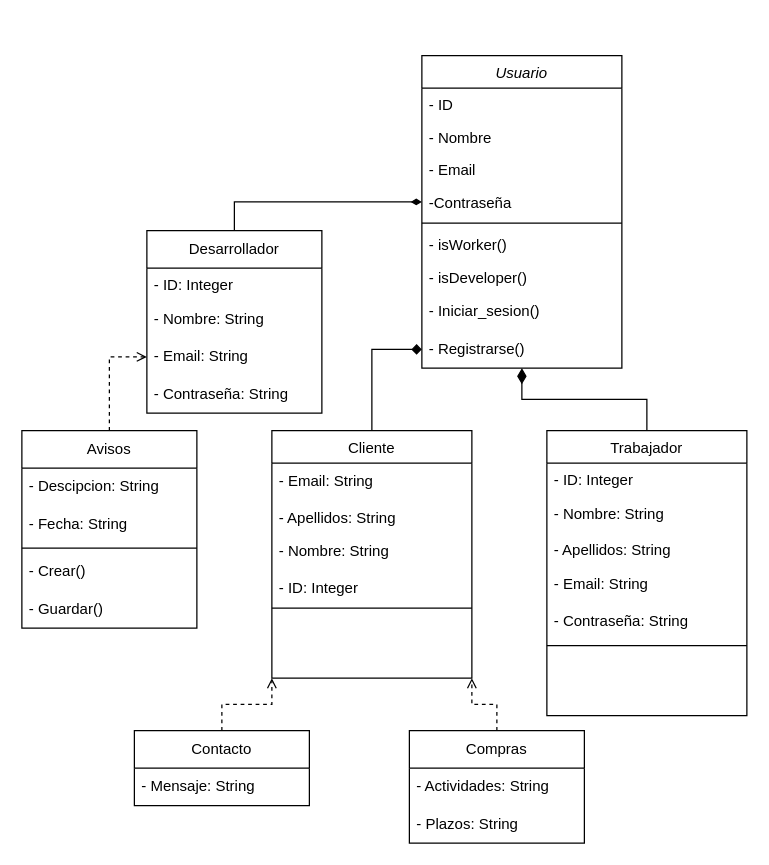
The draw.io diagram Clases.drawio in HuBaMarin/projDespliegue, before the edit. Source tidied: cells renumbered, new cells numbered last; positions are measured from the earlier drawing's top-left corner, leaving out a move shared by most shapes. Both pictures are drawn from the tidied source at 125%, with x=0, y=0 at pixel (21, 55).
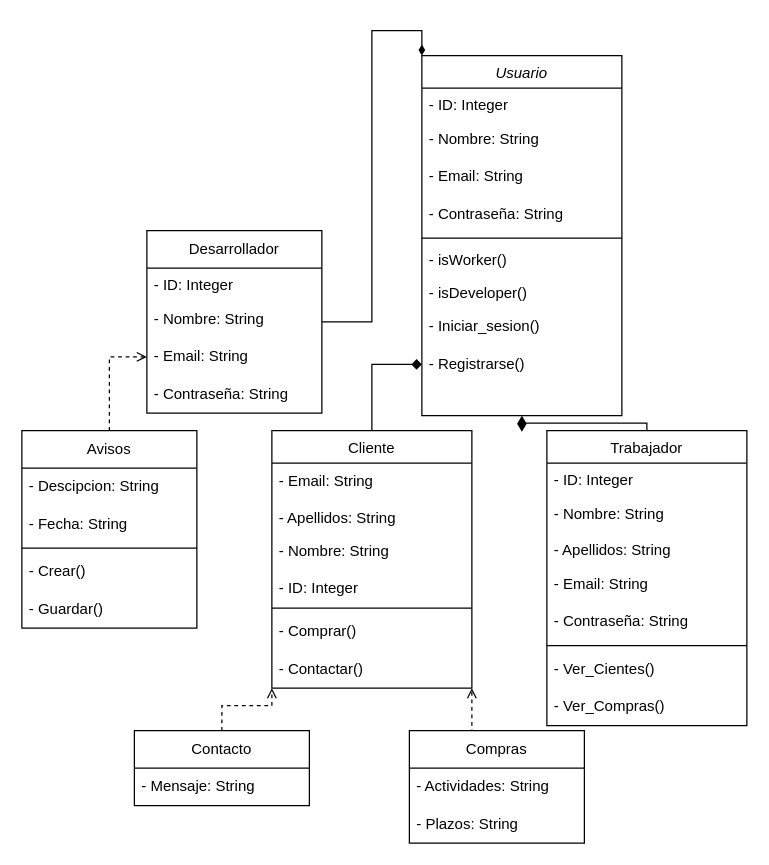
The same page after the edit.

The change refers to these unchanged cells:
```xml
<mxCell id="42" value="Desarrollador" style="swimlane;fontStyle=0;horizontal=1;startSize=30;whiteSpace=wrap;html=1;" parent="1" vertex="1">
  <mxGeometry x="100" y="140" width="140" height="146" as="geometry" />
</mxCell>
```

Change to the diagram source:
```diff
@@
     <mxCell id="2" value="Usuario" style="swimlane;fontStyle=2;align=center;verticalAlign=top;horizontal=1;startSize=26;rounded=0;shadow=0;strokeWidth=1;" parent="1" vertex="1">
-      <mxGeometry x="320" width="160" height="250" as="geometry" />
+      <mxGeometry x="320" width="160" height="288" as="geometry" />
     </mxCell>
-    <mxCell id="3" value="- ID " style="text;align=left;verticalAlign=top;spacingLeft=4;spacingRight=4;overflow=hidden;" parent="2" vertex="1">
-      <mxGeometry y="26" width="160" height="26" as="geometry" />
-    </mxCell>
-    <mxCell id="4" value="- Nombre" style="text;align=left;verticalAlign=top;spacingLeft=4;spacingRight=4;overflow=hidden;rounded=0;shadow=0;html=0;" parent="2" vertex="1">
-      <mxGeometry y="52" width="160" height="26" as="geometry" />
-    </mxCell>
-    <mxCell id="5" value="- Email" style="text;align=left;verticalAlign=top;spacingLeft=4;spacingRight=4;overflow=hidden;rounded=0;shadow=0;html=0;" parent="2" vertex="1">
-      <mxGeometry y="78" width="160" height="26" as="geometry" />
-    </mxCell>
-    <mxCell id="6" value="-Contraseña" style="text;align=left;verticalAlign=top;spacingLeft=4;spacingRight=4;overflow=hidden;points=[[0,0.5],[1,0.5]];portConstraint=eastwest;" parent="2" vertex="1">
-      <mxGeometry y="104" width="160" height="26" as="geometry" />
-    </mxCell>
+    <mxCell id="47" value="- ID: Integer" style="text;align=left;verticalAlign=top;spacingLeft=4;spacingRight=4;overflow=hidden;" parent="2" vertex="1">
+      <mxGeometry y="26" width="160" height="26" as="geometry" />
+    </mxCell>
+    <mxCell id="48" value="- Nombre: String" style="text;strokeColor=none;fillColor=none;align=left;verticalAlign=middle;spacingLeft=4;spacingRight=4;overflow=hidden;whiteSpace=wrap;html=1;" parent="2" vertex="1">
+      <mxGeometry y="52" width="160" height="30" as="geometry" />
+    </mxCell>
+    <mxCell id="49" value="- Email: String" style="text;strokeColor=none;fillColor=none;align=left;verticalAlign=middle;spacingLeft=4;spacingRight=4;overflow=hidden;whiteSpace=wrap;html=1;" parent="2" vertex="1">
+      <mxGeometry y="82" width="160" height="30" as="geometry" />
+    </mxCell>
+    <mxCell id="50" value="- Contraseña: String" style="text;strokeColor=none;fillColor=none;align=left;verticalAlign=middle;spacingLeft=4;spacingRight=4;overflow=hidden;whiteSpace=wrap;html=1;" parent="2" vertex="1">
+      <mxGeometry y="112" width="160" height="30" as="geometry" />
+    </mxCell>
     <mxCell id="7" style="line;html=1;strokeWidth=1;align=left;verticalAlign=middle;spacingTop=-1;spacingLeft=3;spacingRight=3;labelPosition=right;" parent="2" vertex="1">
-      <mxGeometry y="130" width="160" height="8" as="geometry" />
+      <mxGeometry y="142" width="160" height="8" as="geometry" />
     </mxCell>
     <mxCell id="8" value="- isWorker()" style="text;align=left;verticalAlign=top;spacingLeft=4;spacingRight=4;overflow=hidden;" parent="2" vertex="1">
-      <mxGeometry y="138" width="160" height="26" as="geometry" />
+      <mxGeometry y="150" width="160" height="26" as="geometry" />
     </mxCell>
     <mxCell id="9" value="- isDeveloper()" style="text;align=left;verticalAlign=top;spacingLeft=4;spacingRight=4;overflow=hidden;" parent="2" vertex="1">
-      <mxGeometry y="164" width="160" height="26" as="geometry" />
+      <mxGeometry y="176" width="160" height="26" as="geometry" />
     </mxCell>
     <mxCell id="10" value="- Iniciar_sesion()" style="text;strokeColor=none;fillColor=none;align=left;verticalAlign=middle;spacingLeft=4;spacingRight=4;overflow=hidden;whiteSpace=wrap;html=1;" parent="2" vertex="1">
-      <mxGeometry y="190" width="160" height="30" as="geometry" />
+      <mxGeometry y="202" width="160" height="30" as="geometry" />
     </mxCell>
     <mxCell id="11" value="- Registrarse()" style="text;strokeColor=none;fillColor=none;align=left;verticalAlign=middle;spacingLeft=4;spacingRight=4;overflow=hidden;points=[[0,0.5],[1,0.5]];portConstraint=eastwest;whiteSpace=wrap;html=1;" parent="2" vertex="1">
-      <mxGeometry y="220" width="160" height="30" as="geometry" />
+      <mxGeometry y="232" width="160" height="30" as="geometry" />
     </mxCell>
@@
     <mxCell id="13" value="Cliente" style="swimlane;fontStyle=0;align=center;verticalAlign=top;horizontal=1;startSize=26;rounded=0;shadow=0;strokeWidth=1;" parent="1" vertex="1">
-      <mxGeometry x="200" y="300" width="160" height="198" as="geometry" />
+      <mxGeometry x="200" y="300" width="160" height="206" as="geometry" />
     </mxCell>
@@
+    <mxCell id="51" value="- Comprar()" style="text;strokeColor=none;fillColor=none;align=left;verticalAlign=middle;spacingLeft=4;spacingRight=4;overflow=hidden;whiteSpace=wrap;html=1;" parent="13" vertex="1">
+      <mxGeometry y="146" width="160" height="30" as="geometry" />
+    </mxCell>
+    <mxCell id="52" value="- Contactar()" style="text;strokeColor=none;fillColor=none;align=left;verticalAlign=middle;spacingLeft=4;spacingRight=4;overflow=hidden;whiteSpace=wrap;html=1;" parent="13" vertex="1">
+      <mxGeometry y="176" width="160" height="30" as="geometry" />
+    </mxCell>
     <mxCell id="19" value="Trabajador" style="swimlane;fontStyle=0;align=center;verticalAlign=top;horizontal=1;startSize=26;rounded=0;shadow=0;strokeWidth=1;" parent="1" vertex="1">
-      <mxGeometry x="420" y="300" width="160" height="228" as="geometry" />
+      <mxGeometry x="420" y="300" width="160" height="236" as="geometry" />
     </mxCell>
@@
+    <mxCell id="53" value="- Ver_Cientes()" style="text;strokeColor=none;fillColor=none;align=left;verticalAlign=middle;spacingLeft=4;spacingRight=4;overflow=hidden;whiteSpace=wrap;html=1;" parent="19" vertex="1">
+      <mxGeometry y="176" width="160" height="30" as="geometry" />
+    </mxCell>
+    <mxCell id="54" value="- Ver_Compras()" style="text;strokeColor=none;fillColor=none;align=left;verticalAlign=middle;spacingLeft=4;spacingRight=4;overflow=hidden;whiteSpace=wrap;html=1;" parent="19" vertex="1">
+      <mxGeometry y="206" width="160" height="30" as="geometry" />
+    </mxCell>
@@
-    <mxCell id="41" style="edgeStyle=orthogonalEdgeStyle;rounded=0;jettySize=auto;html=1;entryX=0;entryY=0.5;entryDx=0;entryDy=0;endArrow=diamondThin;endFill=1;" parent="1" edge="1" source="42" target="6">
+    <mxCell id="41" style="edgeStyle=orthogonalEdgeStyle;rounded=0;jettySize=auto;html=1;entryX=0;entryY=0;entryDx=0;entryDy=0;endArrow=diamondThin;endFill=1;" parent="1" edge="1" source="42" target="2">
       <mxGeometry relative="1" as="geometry" />
     </mxCell>
```
